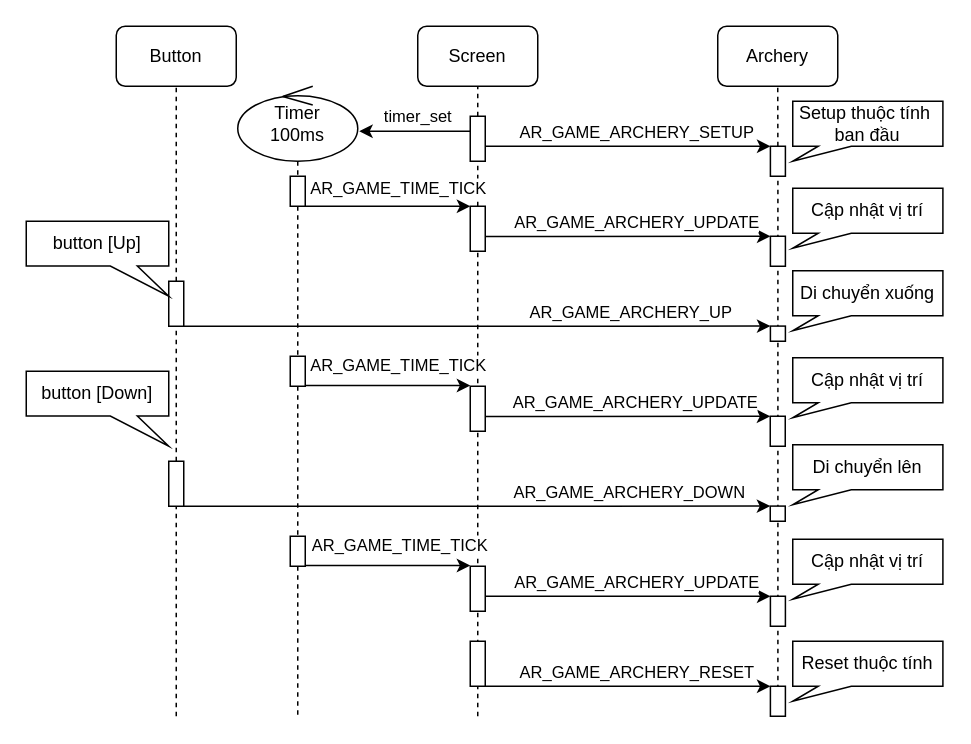
QuocBuu/drawio keeps this draw.io diagram as page "Page-2" (2 of 2) of archery_sequence.drawio. Above is the earlier version. Source tidied: cells renumbered, new cells numbered last; positions are measured from the earlier drawing's top-left corner, leaving out a move shared by most shapes. Both pictures are drawn from the tidied source at 150%, with x=0, y=0 at pixel (26, 26).
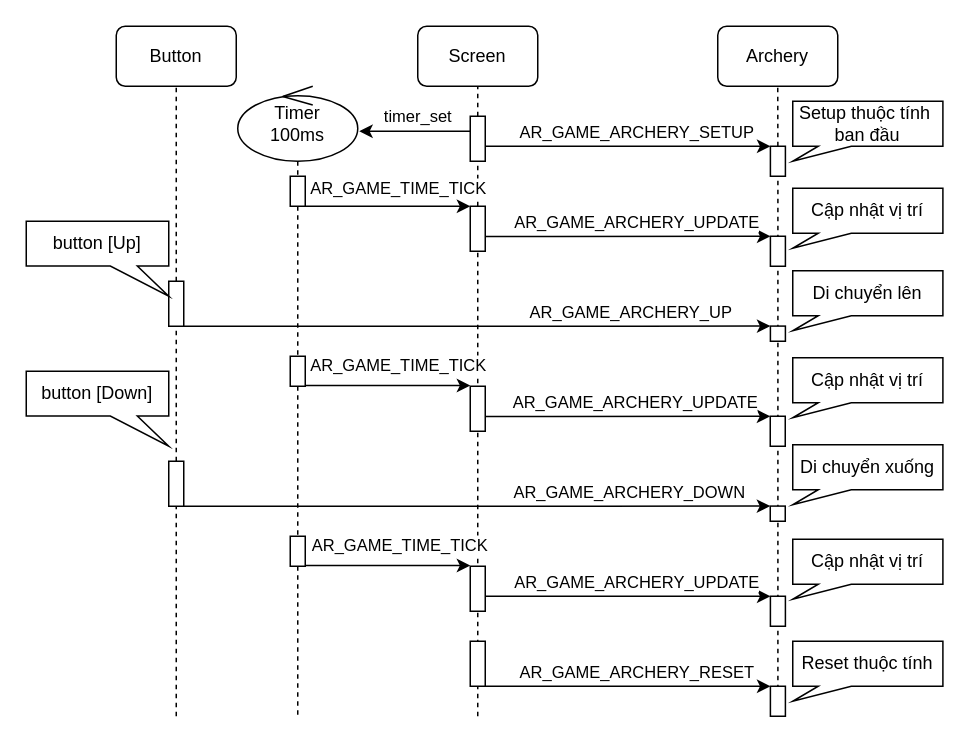
Above is the later version.

What changed in the source:
```diff
@@
-    <mxCell id="37" value="Di chuyển xuống" style="shape=callout;whiteSpace=wrap;html=1;perimeter=calloutPerimeter;position2=0;base=22;size=10;position=0.17;" parent="1" vertex="1">
+    <mxCell id="37" value="Di chuyển lên" style="shape=callout;whiteSpace=wrap;html=1;perimeter=calloutPerimeter;position2=0;base=22;size=10;position=0.17;" parent="1" vertex="1">
       <mxGeometry x="511" y="163" width="100.1" height="40" as="geometry" />
     </mxCell>
@@
-    <mxCell id="39" value="Di chuyển lên" style="shape=callout;whiteSpace=wrap;html=1;perimeter=calloutPerimeter;position2=0;base=22;size=10;position=0.17;" parent="1" vertex="1">
+    <mxCell id="39" value="Di chuyển xuống" style="shape=callout;whiteSpace=wrap;html=1;perimeter=calloutPerimeter;position2=0;base=22;size=10;position=0.17;" parent="1" vertex="1">
       <mxGeometry x="511" y="279" width="100.1" height="40" as="geometry" />
     </mxCell>
```
